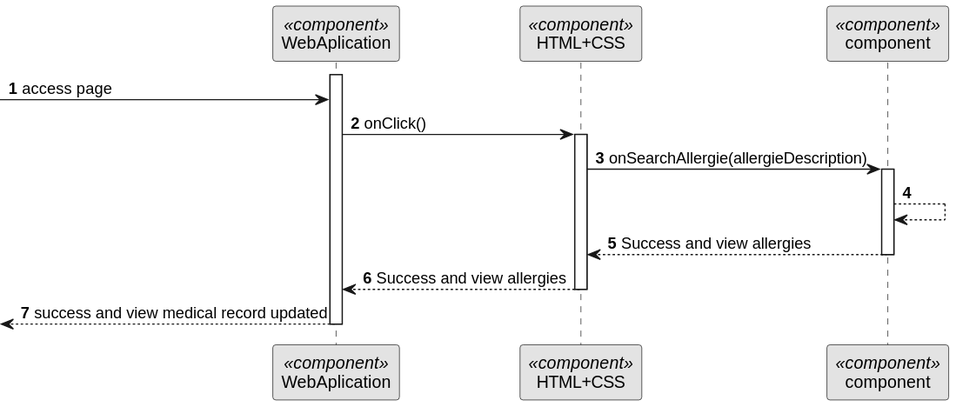
Ana-Miguel-Silva/SurgicalAppointmentAndResourceManagement keeps this PlantUML diagram as docs/BackofficeModule/7.2.7/sequence-diagram-3.svg. Above is the earlier version. Its diagram source:
```plantuml
@startuml
skinparam monochrome true
skinparam packageStyle rectangle
skinparam shadowing false

autonumber

participant "WebAplication" as FE <<component>>
participant "HTML+CSS" as HT <<component>>
participant "component" as CM <<component>>



activate FE
-> FE: access page

FE -> HT : onClick()
activate HT


HT -> CM : onSearchAllergie(allergieDescription)

activate CM

CM --> CM




CM --> HT : Success and view allergies
deactivate CM



HT --> FE : Success and view allergies
deactivate HT

<--- FE : success and view medical record updated

deactivate FE
@enduml
```
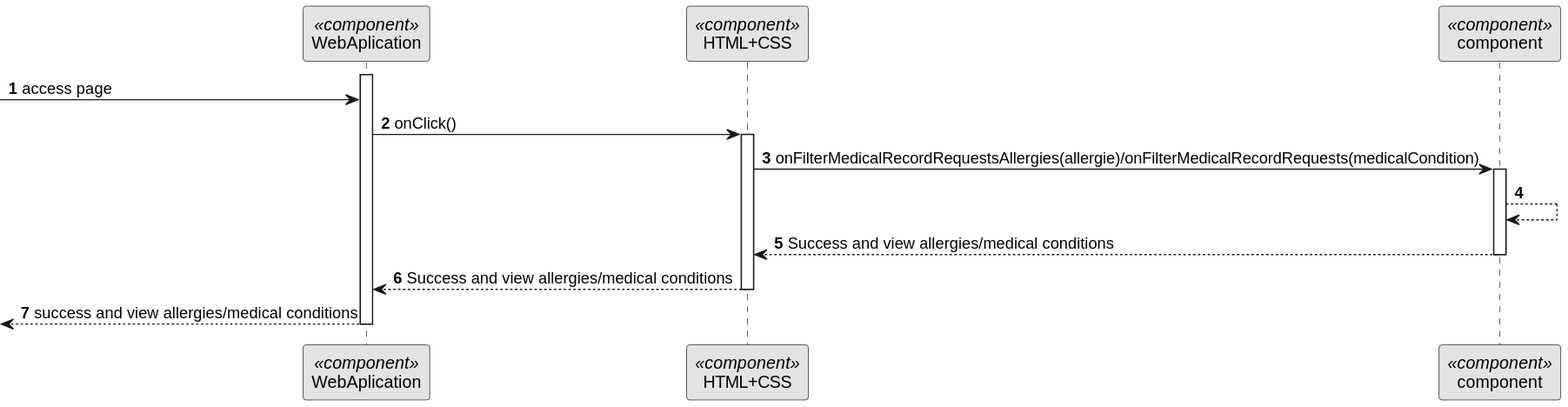
The same file after the commit.

Diff of the diagram source:
```diff
@@ -18,7 +18,7 @@
 activate HT
 
 
-HT -> CM : onSearchAllergie(allergieDescription)
+HT -> CM : onFilterMedicalRecordRequestsAllergies(allergie)/onFilterMedicalRecordRequests(medicalCondition)
 
 activate CM
 
@@ -27,15 +27,15 @@
 
 
 
-CM --> HT : Success and view allergies
+CM --> HT : Success and view allergies/medical conditions
 deactivate CM
 
 
 
-HT --> FE : Success and view allergies
+HT --> FE : Success and view allergies/medical conditions
 deactivate HT
 
-<--- FE : success and view medical record updated
+<--- FE : success and view allergies/medical conditions
 
 deactivate FE
 @enduml
```
